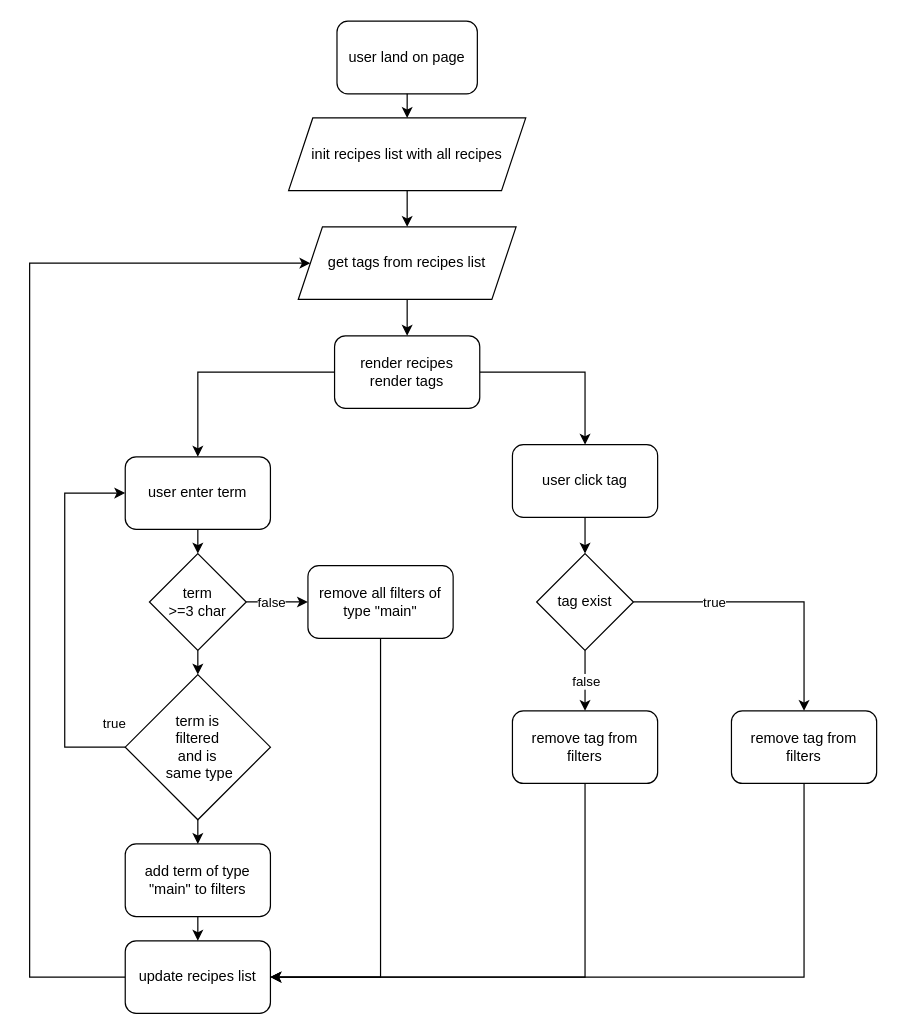
joskapotin/joskapotin_07_01102021 keeps this draw.io diagram as mission/algorigramme.drawio. Above is the earlier version. Source tidied: cells renumbered, new cells numbered last; positions are measured from the earlier drawing's top-left corner, leaving out a move shared by most shapes. Both pictures are drawn from the tidied source at 121%, with x=0, y=0 at pixel (29, 21).
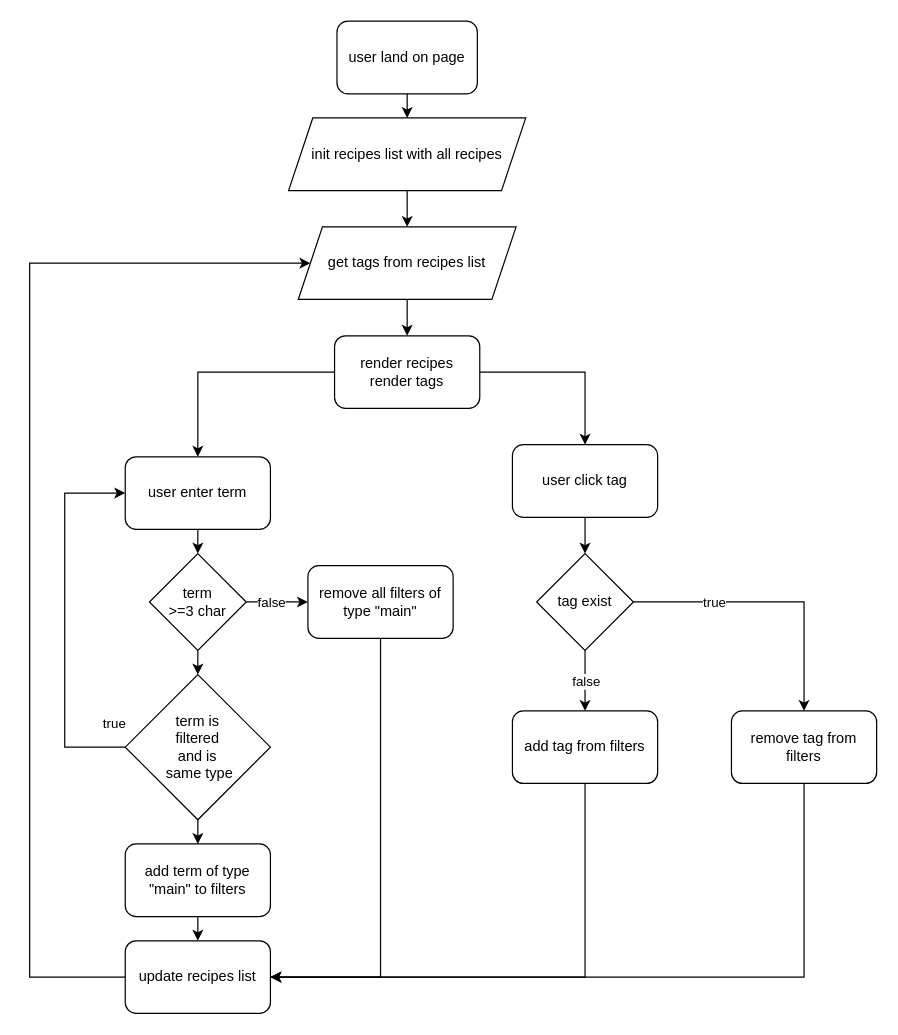
The same diagram, later.

Diff of the diagram source:
```diff
@@
-    <mxCell id="37" value="remove tag from filters" style="rounded=1;whiteSpace=wrap;html=1;" parent="1" vertex="1">
+    <mxCell id="37" value="add tag from filters" style="rounded=1;whiteSpace=wrap;html=1;" parent="1" vertex="1">
       <mxGeometry x="399" y="570" width="120" height="60" as="geometry" />
     </mxCell>
```
